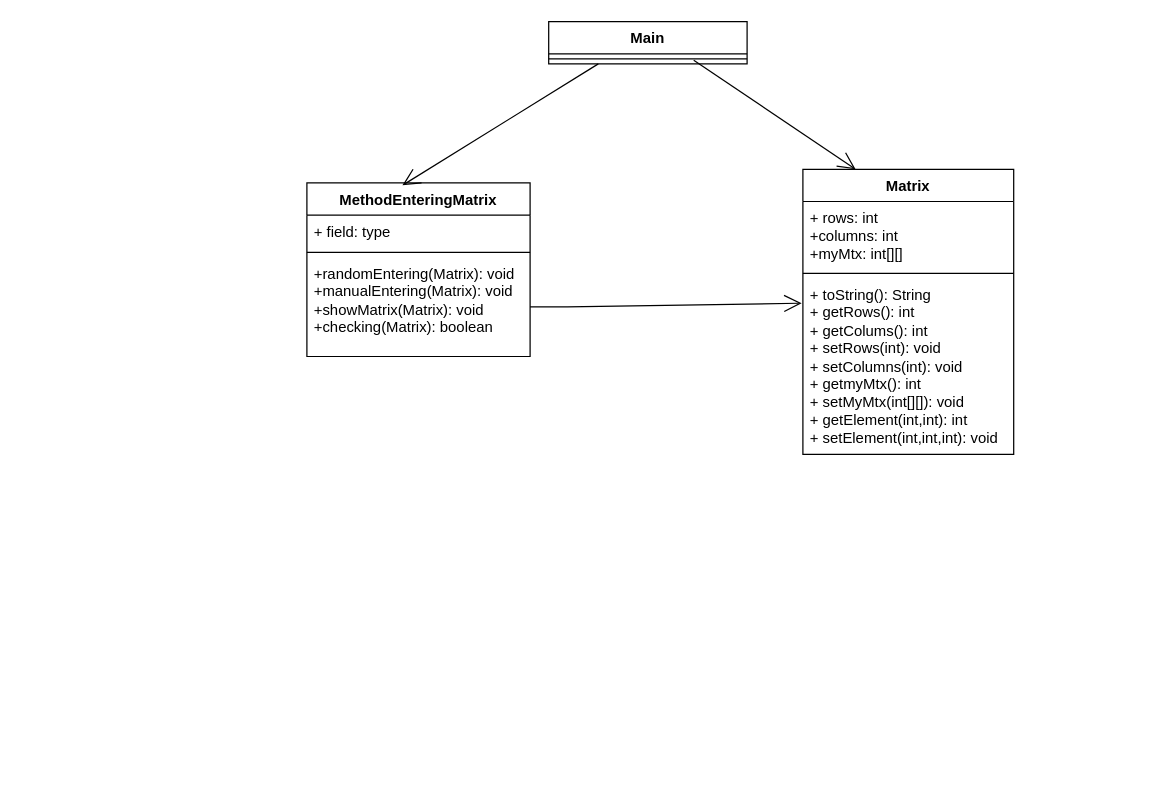
Before: Untitled Diagram2.drawio in IraHiltunen/git-demo, a draw.io diagram. Source tidied: cells renumbered, new cells numbered last; positions are measured from the earlier drawing's top-left corner, leaving out a move shared by most shapes. Both pictures are drawn from the tidied source at 124%, with x=0, y=0 at pixel (306, 21).
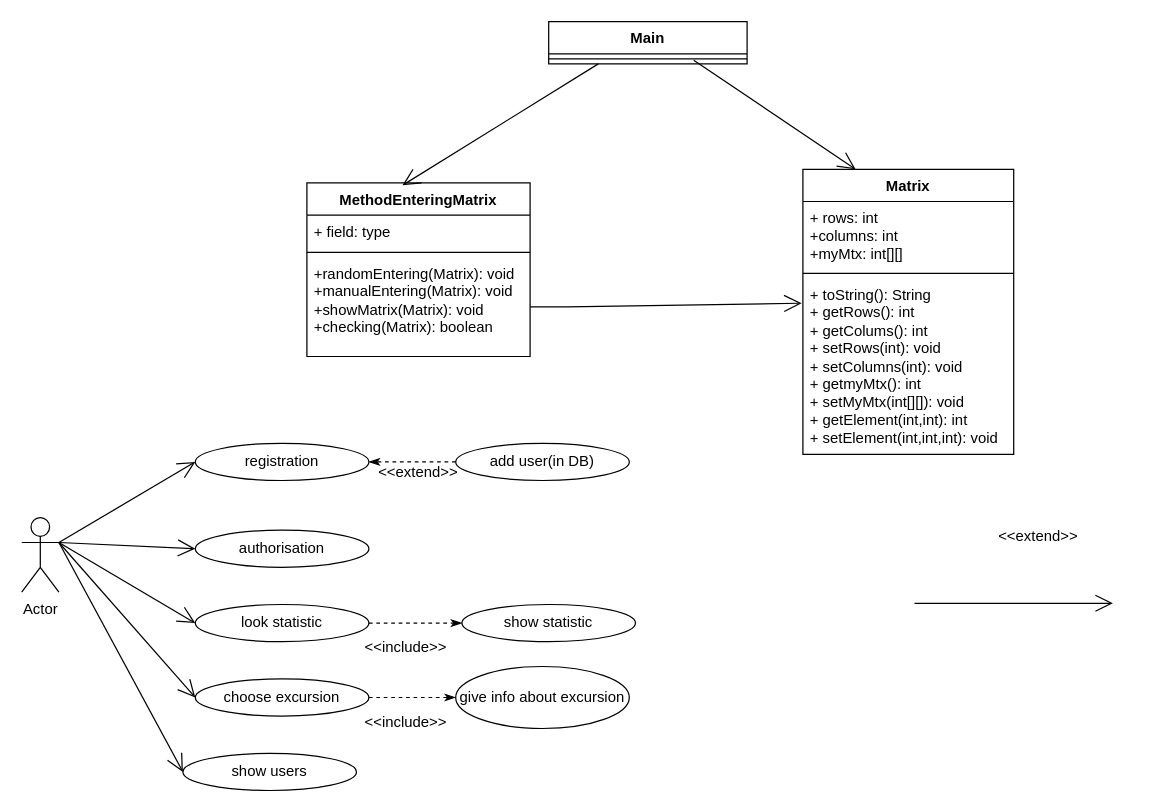
The same diagram, later.

The edit, as a diff of the source:
```diff
@@
+    <mxCell id="15" value="registration" style="ellipse;whiteSpace=wrap;html=1;" parent="1" vertex="1">
+      <mxGeometry x="-90" y="340" width="140" height="30" as="geometry" />
+    </mxCell>
+    <mxCell id="16" value="Actor" style="shape=umlActor;verticalLabelPosition=bottom;verticalAlign=top;html=1;" parent="1" vertex="1">
+      <mxGeometry x="-230" y="400" width="30" height="60" as="geometry" />
+    </mxCell>
+    <mxCell id="17" value="authorisation" style="ellipse;whiteSpace=wrap;html=1;" parent="1" vertex="1">
+      <mxGeometry x="-90" y="410" width="140" height="30" as="geometry" />
+    </mxCell>
+    <mxCell id="18" value="look statistic" style="ellipse;whiteSpace=wrap;html=1;" parent="1" vertex="1">
+      <mxGeometry x="-90" y="470" width="140" height="30" as="geometry" />
+    </mxCell>
+    <mxCell id="19" value="choose excursion" style="ellipse;whiteSpace=wrap;html=1;" parent="1" vertex="1">
+      <mxGeometry x="-90" y="530" width="140" height="30" as="geometry" />
+    </mxCell>
+    <mxCell id="20" value="show statistic" style="ellipse;whiteSpace=wrap;html=1;" parent="1" vertex="1">
+      <mxGeometry x="125" y="470" width="140" height="30" as="geometry" />
+    </mxCell>
+    <mxCell id="21" value="give info about excursion" style="ellipse;whiteSpace=wrap;html=1;" parent="1" vertex="1">
+      <mxGeometry x="120" y="520" width="140" height="50" as="geometry" />
+    </mxCell>
+    <mxCell id="22" style="endArrow=open;endFill=1;endSize=12;html=1;rounded=0;" parent="1" edge="1">
+      <mxGeometry relative="1" as="geometry">
+        <mxPoint x="490" y="469" as="sourcePoint" />
+        <mxPoint x="650" y="469" as="targetPoint" />
+      </mxGeometry>
+    </mxCell>
+    <mxCell id="23" style="endArrow=classicThin;html=1;rounded=0;dashed=1;endFill=1;exitX=1;exitY=0.5;exitDx=0;exitDy=0;entryX=0;entryY=0.5;entryDx=0;entryDy=0;" parent="1" edge="1" source="18" target="20">
+      <mxGeometry relative="1" as="geometry" />
+    </mxCell>
+    <mxCell id="24" style="endArrow=classicThin;html=1;rounded=0;dashed=1;endFill=1;exitX=1;exitY=0.5;exitDx=0;exitDy=0;entryX=0;entryY=0.5;entryDx=0;entryDy=0;" parent="1" edge="1" source="19" target="21">
+      <mxGeometry relative="1" as="geometry" />
+    </mxCell>
+    <mxCell id="25" value="&amp;lt;&amp;lt;extend&amp;gt;&amp;gt;" style="text;html=1;strokeColor=none;fillColor=none;align=center;verticalAlign=middle;whiteSpace=wrap;rounded=0;" parent="1" vertex="1">
+      <mxGeometry x="560" y="400" width="60" height="30" as="geometry" />
+    </mxCell>
+    <mxCell id="26" value="&amp;lt;&amp;lt;include&amp;gt;&amp;gt;" style="text;html=1;strokeColor=none;fillColor=none;align=center;verticalAlign=middle;whiteSpace=wrap;rounded=0;" parent="1" vertex="1">
+      <mxGeometry x="50" y="550" width="60" height="30" as="geometry" />
+    </mxCell>
+    <mxCell id="27" value="&amp;lt;&amp;lt;include&amp;gt;&amp;gt;" style="text;html=1;strokeColor=none;fillColor=none;align=center;verticalAlign=middle;whiteSpace=wrap;rounded=0;" parent="1" vertex="1">
+      <mxGeometry x="50" y="490" width="60" height="30" as="geometry" />
+    </mxCell>
+    <mxCell id="28" style="endArrow=open;endFill=1;endSize=12;html=1;rounded=0;exitX=1;exitY=0.3333333333333333;exitDx=0;exitDy=0;exitPerimeter=0;entryX=0;entryY=0.5;entryDx=0;entryDy=0;" parent="1" edge="1" source="16" target="15">
+      <mxGeometry relative="1" as="geometry" />
+    </mxCell>
+    <mxCell id="29" style="endArrow=open;endFill=1;endSize=12;html=1;rounded=0;exitX=1;exitY=0.3333333333333333;exitDx=0;exitDy=0;exitPerimeter=0;entryX=0;entryY=0.5;entryDx=0;entryDy=0;" parent="1" edge="1" source="16" target="17">
+      <mxGeometry relative="1" as="geometry" />
+    </mxCell>
+    <mxCell id="30" style="endArrow=open;endFill=1;endSize=12;html=1;rounded=0;exitX=1;exitY=0.3333333333333333;exitDx=0;exitDy=0;exitPerimeter=0;entryX=0;entryY=0.5;entryDx=0;entryDy=0;" parent="1" edge="1" source="16" target="18">
+      <mxGeometry relative="1" as="geometry" />
+    </mxCell>
+    <mxCell id="31" style="endArrow=open;endFill=1;endSize=12;html=1;rounded=0;exitX=1;exitY=0.3333333333333333;exitDx=0;exitDy=0;exitPerimeter=0;entryX=0;entryY=0.5;entryDx=0;entryDy=0;" parent="1" edge="1" source="16" target="19">
+      <mxGeometry relative="1" as="geometry" />
+    </mxCell>
+    <mxCell id="32" value="add user(in DB)" style="ellipse;whiteSpace=wrap;html=1;" parent="1" vertex="1">
+      <mxGeometry x="120" y="340" width="140" height="30" as="geometry" />
+    </mxCell>
+    <mxCell id="33" style="endArrow=classicThin;html=1;rounded=0;dashed=1;endFill=1;exitX=0;exitY=0.5;exitDx=0;exitDy=0;entryX=1;entryY=0.5;entryDx=0;entryDy=0;" parent="1" edge="1" source="32" target="15">
+      <mxGeometry relative="1" as="geometry" />
+    </mxCell>
+    <mxCell id="34" value="&amp;lt;&amp;lt;extend&amp;gt;&amp;gt;" style="text;html=1;strokeColor=none;fillColor=none;align=center;verticalAlign=middle;whiteSpace=wrap;rounded=0;" parent="1" vertex="1">
+      <mxGeometry x="60" y="349" width="60" height="30" as="geometry" />
+    </mxCell>
+    <mxCell id="35" value="show users" style="ellipse;whiteSpace=wrap;html=1;" parent="1" vertex="1">
+      <mxGeometry x="-100" y="590" width="140" height="30" as="geometry" />
+    </mxCell>
+    <mxCell id="36" style="endArrow=open;endFill=1;endSize=12;html=1;rounded=0;exitX=1;exitY=0.3333333333333333;exitDx=0;exitDy=0;exitPerimeter=0;entryX=0;entryY=0.5;entryDx=0;entryDy=0;" parent="1" edge="1" source="16" target="35">
+      <mxGeometry relative="1" as="geometry" />
+    </mxCell>
```
